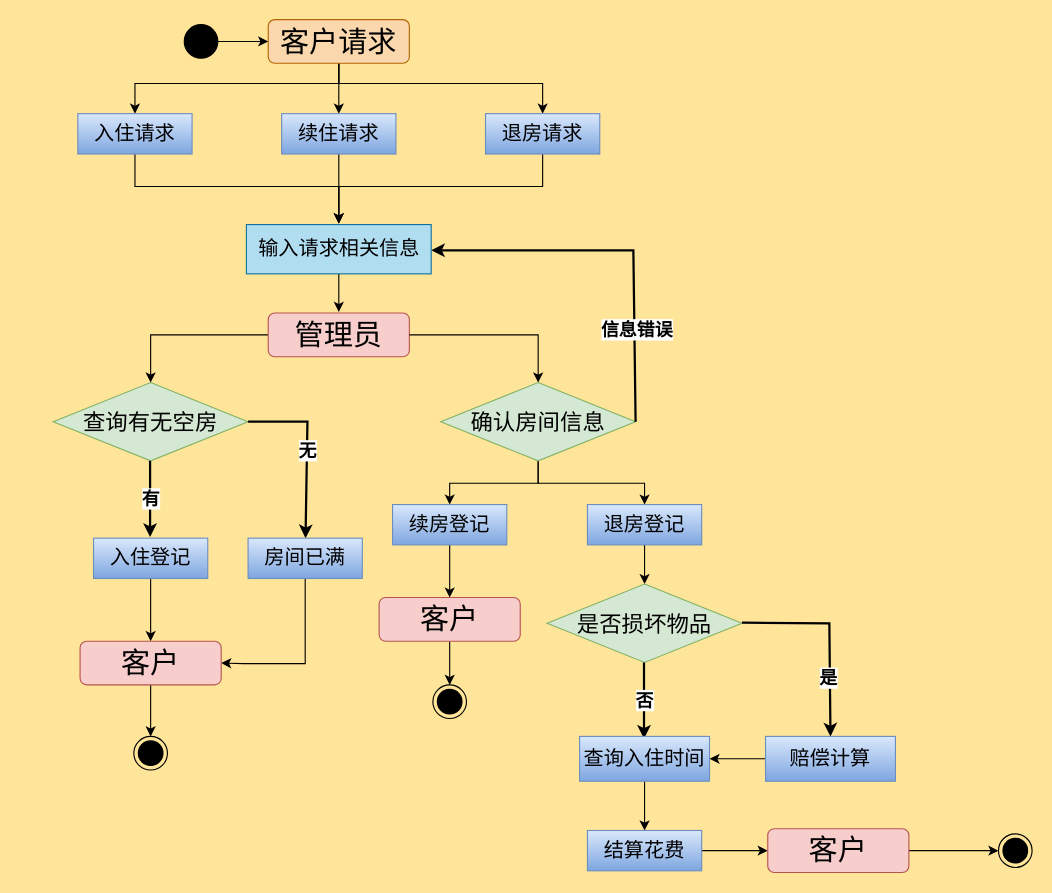
Above: 数据库需求分析.drawio in IRiDecenT/graph (draw.io), before the change. Source tidied: cells renumbered, new cells numbered last; positions are measured from the earlier drawing's top-left corner, leaving out a move shared by most shapes. Both pictures are drawn from the tidied source at 112%, with x=0, y=0 at pixel (53, 19).
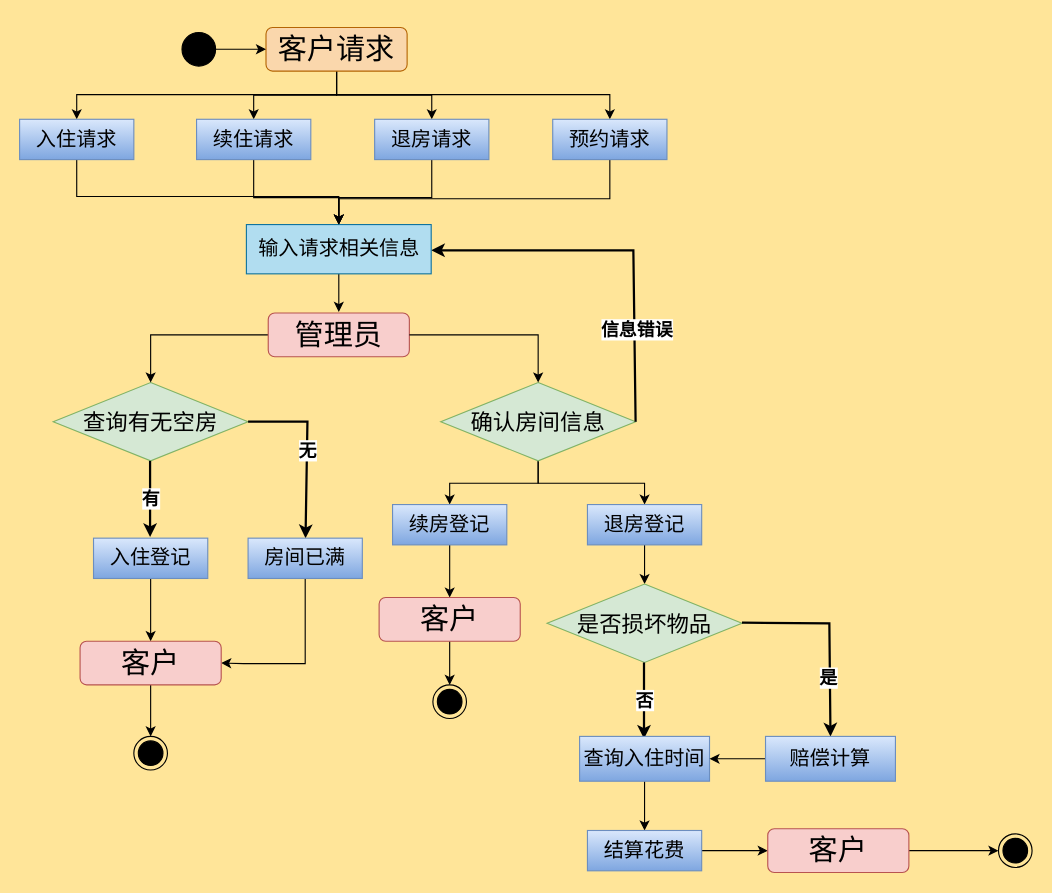
Above is the later version.

Commit message:
更新数据库需求分析.drawio

Unchanged cells that the change refers to:
```xml
<mxCell id="30" value="&lt;font style=&quot;font-size: 18px;&quot;&gt;输入请求相关信息&lt;/font&gt;" style="rounded=0;whiteSpace=wrap;html=1;fillColor=#b1ddf0;strokeColor=#10739e;" parent="1" vertex="1">
  <mxGeometry x="172.5" y="183" width="165" height="44" as="geometry" />
</mxCell>
```

What changed in the source:
```diff
@@
-    <mxCell id="2" style="edgeStyle=orthogonalEdgeStyle;rounded=0;jettySize=auto;html=1;" parent="1" edge="1" source="5" target="9">
+    <mxCell id="2" style="edgeStyle=orthogonalEdgeStyle;rounded=0;jettySize=auto;html=1;entryX=0.5;entryY=0;entryDx=0;entryDy=0;" parent="1" edge="1" source="5" target="9">
       <mxGeometry relative="1" as="geometry" />
     </mxCell>
     <mxCell id="3" style="edgeStyle=orthogonalEdgeStyle;rounded=0;jettySize=auto;html=1;entryX=0.5;entryY=0;entryDx=0;entryDy=0;" parent="1" edge="1" source="5" target="11">
-      <mxGeometry relative="1" as="geometry">
-        <Array as="points">
-          <mxPoint x="255" y="57" />
-          <mxPoint x="437" y="57" />
-        </Array>
-      </mxGeometry>
+      <mxGeometry relative="1" as="geometry" />
     </mxCell>
     <mxCell id="4" style="edgeStyle=orthogonalEdgeStyle;rounded=0;jettySize=auto;html=1;entryX=0.5;entryY=0;entryDx=0;entryDy=0;" parent="1" edge="1" source="5" target="7">
       <mxGeometry relative="1" as="geometry">
         <Array as="points">
-          <mxPoint x="255" y="57" />
-          <mxPoint x="73" y="57" />
+          <mxPoint x="253" y="67" />
+          <mxPoint x="21" y="67" />
         </Array>
       </mxGeometry>
     </mxCell>
+    <mxCell id="53" style="edgeStyle=orthogonalEdgeStyle;rounded=0;jettySize=auto;html=1;entryX=0.5;entryY=0;entryDx=0;entryDy=0;" parent="1" edge="1" source="5" target="58">
+      <mxGeometry relative="1" as="geometry">
+        <Array as="points">
+          <mxPoint x="253" y="67" />
+          <mxPoint x="497" y="67" />
+        </Array>
+      </mxGeometry>
+    </mxCell>
     <mxCell id="5" value="&lt;font style=&quot;font-size: 26px;&quot;&gt;客户请求&lt;/font&gt;" style="rounded=1;whiteSpace=wrap;html=1;fillColor=#fad7ac;strokeColor=#b46504;" parent="1" vertex="1">
-      <mxGeometry x="192" width="126" height="39" as="geometry" />
+      <mxGeometry x="190" y="7" width="126" height="39" as="geometry" />
     </mxCell>
-    <mxCell id="6" style="edgeStyle=orthogonalEdgeStyle;rounded=0;jettySize=auto;html=1;entryX=0.5;entryY=0;entryDx=0;entryDy=0;" parent="1" edge="1" source="7">
-      <mxGeometry relative="1" as="geometry">
-        <mxPoint x="255" y="182" as="targetPoint" />
-        <Array as="points">
-          <mxPoint x="73" y="149" />
-          <mxPoint x="255" y="149" />
-        </Array>
-      </mxGeometry>
-    </mxCell>
+    <mxCell id="54" style="edgeStyle=orthogonalEdgeStyle;rounded=0;jettySize=auto;html=1;entryX=0.5;entryY=0;entryDx=0;entryDy=0;" parent="1" edge="1" source="7" target="30">
+      <mxGeometry relative="1" as="geometry">
+        <Array as="points">
+          <mxPoint x="21" y="158" />
+          <mxPoint x="255" y="158" />
+        </Array>
+      </mxGeometry>
+    </mxCell>
     <mxCell id="7" value="&lt;font style=&quot;font-size: 18px;&quot;&gt;入住请求&lt;/font&gt;" style="rounded=0;whiteSpace=wrap;html=1;fillColor=#dae8fc;gradientColor=#7ea6e0;strokeColor=#6c8ebf;" parent="1" vertex="1">
-      <mxGeometry x="22" y="84" width="102" height="36" as="geometry" />
+      <mxGeometry x="-30" y="89" width="102" height="36" as="geometry" />
     </mxCell>
-    <mxCell id="8" style="edgeStyle=orthogonalEdgeStyle;rounded=0;jettySize=auto;html=1;entryX=0.5;entryY=0;entryDx=0;entryDy=0;" parent="1" edge="1" source="9">
-      <mxGeometry relative="1" as="geometry">
-        <mxPoint x="255" y="182" as="targetPoint" />
-      </mxGeometry>
-    </mxCell>
+    <mxCell id="55" style="edgeStyle=orthogonalEdgeStyle;rounded=0;jettySize=auto;html=1;entryX=0.5;entryY=0;entryDx=0;entryDy=0;" parent="1" edge="1" source="9" target="30">
+      <mxGeometry relative="1" as="geometry">
+        <Array as="points">
+          <mxPoint x="179" y="159" />
+          <mxPoint x="255" y="159" />
+        </Array>
+      </mxGeometry>
+    </mxCell>
     <mxCell id="9" value="&lt;font style=&quot;font-size: 18px;&quot;&gt;续住请求&lt;/font&gt;" style="rounded=0;whiteSpace=wrap;html=1;fillColor=#dae8fc;strokeColor=#6c8ebf;gradientColor=#7ea6e0;" parent="1" vertex="1">
-      <mxGeometry x="204" y="84" width="102" height="36" as="geometry" />
+      <mxGeometry x="128" y="89" width="102" height="36" as="geometry" />
     </mxCell>
-    <mxCell id="10" style="edgeStyle=orthogonalEdgeStyle;rounded=0;jettySize=auto;html=1;entryX=0.5;entryY=0;entryDx=0;entryDy=0;" parent="1" edge="1" source="11">
-      <mxGeometry relative="1" as="geometry">
-        <mxPoint x="255" y="182" as="targetPoint" />
-        <Array as="points">
-          <mxPoint x="437" y="149" />
-          <mxPoint x="255" y="149" />
-        </Array>
-      </mxGeometry>
-    </mxCell>
+    <mxCell id="56" style="edgeStyle=orthogonalEdgeStyle;rounded=0;jettySize=auto;html=1;entryX=0.5;entryY=0;entryDx=0;entryDy=0;" parent="1" edge="1" source="11" target="30">
+      <mxGeometry relative="1" as="geometry">
+        <Array as="points">
+          <mxPoint x="338" y="159" />
+          <mxPoint x="255" y="159" />
+        </Array>
+      </mxGeometry>
+    </mxCell>
     <mxCell id="11" value="&lt;span style=&quot;font-size: 18px;&quot;&gt;退房请求&lt;/span&gt;" style="rounded=0;whiteSpace=wrap;html=1;fillColor=#dae8fc;strokeColor=#6c8ebf;gradientColor=#7ea6e0;" parent="1" vertex="1">
-      <mxGeometry x="386" y="84" width="102" height="36" as="geometry" />
+      <mxGeometry x="287" y="89" width="102" height="36" as="geometry" />
     </mxCell>
@@
     <mxCell id="16" style="ellipse;fillColor=strokeColor;html=1;" parent="1" vertex="1">
-      <mxGeometry x="117" y="4.5" width="30" height="30" as="geometry" />
+      <mxGeometry x="115" y="11.5" width="30" height="30" as="geometry" />
     </mxCell>
@@
+    <mxCell id="57" style="edgeStyle=orthogonalEdgeStyle;rounded=0;jettySize=auto;html=1;entryX=0.5;entryY=0;entryDx=0;entryDy=0;" parent="1" edge="1" source="58" target="30">
+      <mxGeometry relative="1" as="geometry">
+        <Array as="points">
+          <mxPoint x="497" y="160" />
+          <mxPoint x="255" y="160" />
+        </Array>
+      </mxGeometry>
+    </mxCell>
+    <mxCell id="58" value="&lt;span style=&quot;font-size: 18px;&quot;&gt;预约请求&lt;/span&gt;" style="rounded=0;whiteSpace=wrap;html=1;fillColor=#dae8fc;strokeColor=#6c8ebf;gradientColor=#7ea6e0;" parent="1" vertex="1">
+      <mxGeometry x="446" y="89" width="102" height="36" as="geometry" />
+    </mxCell>
```
